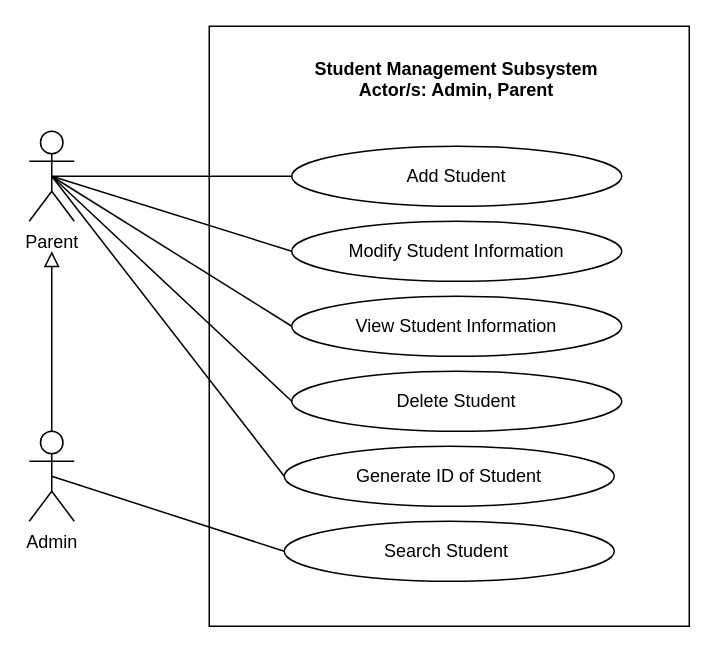
This is page "SMS" (1 of 7) of REVISIONS/UML-DIAGRAMS/6-9-2021/USE CASE/use case.drawio from mrklglsn/CAPSTONE-FILES, a draw.io file, before an edit. Source tidied: cells renumbered, new cells numbered last; positions are measured from the earlier drawing's top-left corner, leaving out a move shared by most shapes. Both pictures are drawn from the tidied source at 150%, with x=0, y=0 at pixel (28, 26).
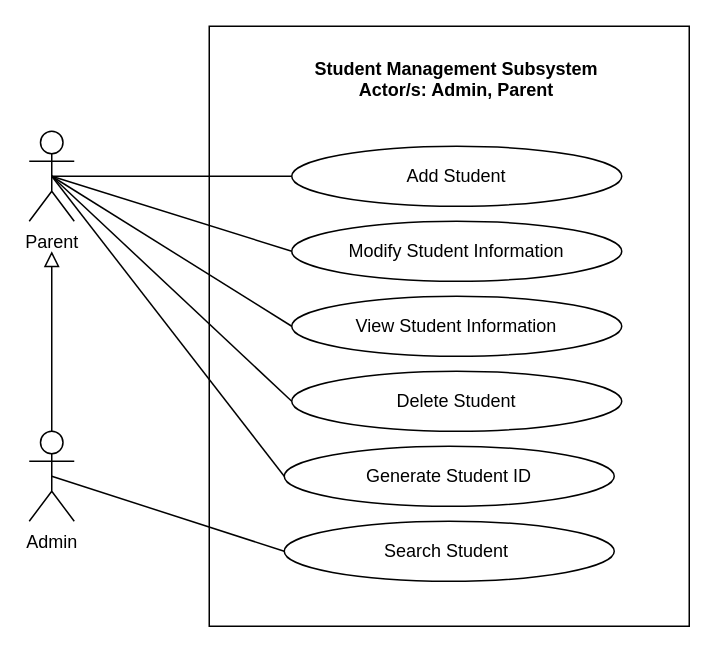
The same page after the edit.

What changed in the source:
```diff
@@
 <mxGraphModel>
   <root>
     <mxCell id="0" />
     <mxCell id="1" parent="0" />
     <mxCell id="2" style="html=1;fillColor=none;" parent="1" vertex="1">
       <mxGeometry x="120" width="320" height="400" as="geometry" />
     </mxCell>
     <mxCell id="3" style="edgeStyle=none;rounded=0;jumpStyle=arc;jumpSize=14;jettySize=auto;html=1;exitX=0.5;exitY=0.5;exitDx=0;exitDy=0;exitPerimeter=0;entryX=0;entryY=0.5;entryDx=0;entryDy=0;startArrow=none;startFill=0;endArrow=none;endFill=0;startSize=11;endSize=11;" parent="1" edge="1" source="8" target="13">
       <mxGeometry relative="1" as="geometry" />
     </mxCell>
     <mxCell id="4" style="edgeStyle=none;rounded=0;jumpStyle=arc;jumpSize=14;jettySize=auto;html=1;exitX=0.5;exitY=0.5;exitDx=0;exitDy=0;exitPerimeter=0;entryX=0;entryY=0.5;entryDx=0;entryDy=0;startArrow=none;startFill=0;endArrow=none;endFill=0;startSize=11;endSize=11;" parent="1" edge="1" source="8" target="14">
       <mxGeometry relative="1" as="geometry" />
     </mxCell>
     <mxCell id="5" style="edgeStyle=none;rounded=0;jumpStyle=arc;jumpSize=14;jettySize=auto;html=1;exitX=0.5;exitY=0.5;exitDx=0;exitDy=0;exitPerimeter=0;entryX=0;entryY=0.5;entryDx=0;entryDy=0;startArrow=none;startFill=0;endArrow=none;endFill=0;startSize=11;endSize=11;" parent="1" edge="1" source="8" target="15">
       <mxGeometry relative="1" as="geometry" />
     </mxCell>
     <mxCell id="6" style="rounded=0;jettySize=auto;html=1;exitX=0.5;exitY=0.5;exitDx=0;exitDy=0;exitPerimeter=0;entryX=0;entryY=0.5;entryDx=0;entryDy=0;endArrow=none;endFill=0;" parent="1" edge="1" source="8" target="17">
       <mxGeometry relative="1" as="geometry" />
     </mxCell>
     <mxCell id="7" style="edgeStyle=none;rounded=0;jettySize=auto;html=1;exitX=0.5;exitY=0.5;exitDx=0;exitDy=0;exitPerimeter=0;entryX=0;entryY=0.5;entryDx=0;entryDy=0;endArrow=none;endFill=0;" parent="1" edge="1" source="8" target="18">
       <mxGeometry relative="1" as="geometry" />
     </mxCell>
     <mxCell id="8" value="Parent" style="shape=umlActor;verticalLabelPosition=bottom;verticalAlign=top;html=1;fillColor=none;" parent="1" vertex="1">
       <mxGeometry y="70" width="30" height="60" as="geometry" />
     </mxCell>
     <mxCell id="9" style="edgeStyle=none;rounded=0;jettySize=auto;html=1;exitX=0.5;exitY=0;exitDx=0;exitDy=0;exitPerimeter=0;endArrow=block;endFill=0;endSize=8;" parent="1" edge="1" source="11">
       <mxGeometry relative="1" as="geometry">
         <mxPoint x="15" y="150" as="targetPoint" />
       </mxGeometry>
     </mxCell>
     <mxCell id="10" style="edgeStyle=none;rounded=0;jettySize=auto;html=1;exitX=0.5;exitY=0.5;exitDx=0;exitDy=0;exitPerimeter=0;entryX=0;entryY=0.5;entryDx=0;entryDy=0;endArrow=none;endFill=0;endSize=8;" parent="1" edge="1" source="11" target="16">
       <mxGeometry relative="1" as="geometry" />
     </mxCell>
     <mxCell id="11" value="Admin" style="shape=umlActor;verticalLabelPosition=bottom;verticalAlign=top;html=1;fillColor=none;" parent="1" vertex="1">
       <mxGeometry y="270" width="30" height="60" as="geometry" />
     </mxCell>
     <mxCell id="12" value="Student Management Subsystem&#10;Actor/s: Admin, Parent" style="text;align=center;fontStyle=1;verticalAlign=middle;spacingLeft=3;spacingRight=3;strokeColor=none;fillColor=none;" parent="1" vertex="1">
       <mxGeometry x="125" y="20" width="320" height="30" as="geometry" />
     </mxCell>
     <mxCell id="13" value="Add Student" style="ellipse;whiteSpace=wrap;html=1;fillColor=none;" parent="1" vertex="1">
       <mxGeometry x="175" y="80" width="220" height="40" as="geometry" />
     </mxCell>
     <mxCell id="14" value="View Student Information" style="ellipse;whiteSpace=wrap;html=1;fillColor=none;" parent="1" vertex="1">
       <mxGeometry x="175" y="180" width="220" height="40" as="geometry" />
     </mxCell>
     <mxCell id="15" value="Modify Student Information" style="ellipse;whiteSpace=wrap;html=1;fillColor=none;" parent="1" vertex="1">
       <mxGeometry x="175" y="130" width="220" height="40" as="geometry" />
     </mxCell>
     <mxCell id="16" value="Search Student&amp;nbsp;" style="ellipse;whiteSpace=wrap;html=1;fillColor=none;" parent="1" vertex="1">
       <mxGeometry x="170" y="330" width="220" height="40" as="geometry" />
     </mxCell>
-    <mxCell id="17" value="Generate ID of Student" style="ellipse;whiteSpace=wrap;html=1;fillColor=none;" parent="1" vertex="1">
+    <mxCell id="17" value="Generate Student ID" style="ellipse;whiteSpace=wrap;html=1;fillColor=none;" parent="1" vertex="1">
       <mxGeometry x="170" y="280" width="220" height="40" as="geometry" />
     </mxCell>
     <mxCell id="18" value="Delete Student" style="ellipse;whiteSpace=wrap;html=1;fillColor=none;" parent="1" vertex="1">
       <mxGeometry x="175" y="230" width="220" height="40" as="geometry" />
     </mxCell>
   </root>
 </mxGraphModel>
```
